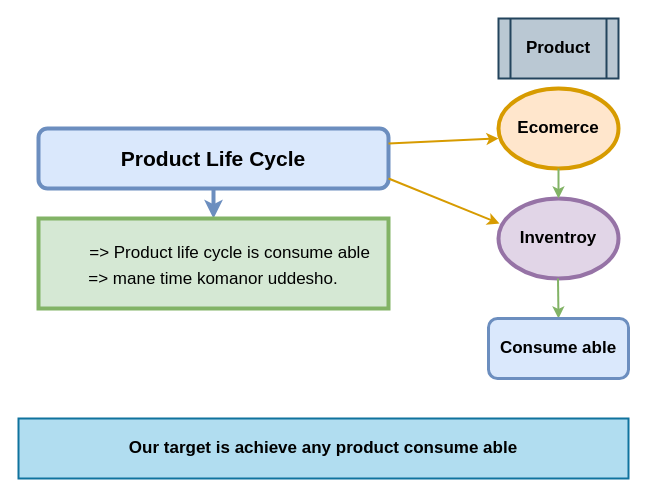
Above: page "Page-1" (1 of 2) of Untitled Diagram.drawio in MaidulSk/test_demo (draw.io), before the change. Source tidied: cells renumbered, new cells numbered last; positions are measured from the earlier drawing's top-left corner, leaving out a move shared by most shapes. Both pictures are drawn from the tidied source at 100%, with x=0, y=0 at pixel (18, 18).
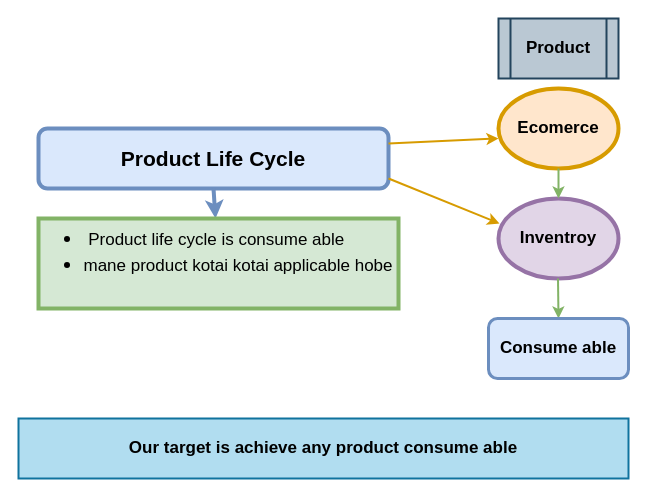
The same diagram, later.

Diff of the diagram source:
```diff
@@
 <mxGraphModel>
   <root>
     <mxCell id="0" />
     <mxCell id="1" parent="0" />
     <mxCell id="2" value="&lt;font style=&quot;font-size: 21px&quot;&gt;Product Life Cycle&lt;/font&gt;" style="rounded=1;whiteSpace=wrap;html=1;strokeWidth=4;fontStyle=1;fillColor=#dae8fc;strokeColor=#6c8ebf;" parent="1" vertex="1">
       <mxGeometry x="20" y="110" width="350" height="60" as="geometry" />
     </mxCell>
     <mxCell id="3" style="endArrow=classic;html=1;rounded=0;fontSize=21;exitX=0.5;exitY=1;exitDx=0;exitDy=0;strokeWidth=4;fillColor=#dae8fc;strokeColor=#6c8ebf;" parent="1" edge="1" source="2" target="4">
       <mxGeometry relative="1" as="geometry" />
     </mxCell>
-    <mxCell id="4" value="&lt;font style=&quot;font-size: 17px&quot;&gt;&amp;nbsp; &amp;nbsp; &amp;nbsp; &amp;nbsp;=&amp;gt; Product life cycle is consume able&lt;br&gt;=&amp;gt; mane time komanor uddesho.&lt;br&gt;&lt;/font&gt;" style="rounded=0;whiteSpace=wrap;html=1;fontSize=21;strokeWidth=4;fillColor=#d5e8d4;strokeColor=#82b366;" parent="1" vertex="1">
-      <mxGeometry x="20" y="200" width="350" height="90" as="geometry" />
+    <mxCell id="4" value="&lt;div style=&quot;text-align: left&quot;&gt;&lt;ul&gt;&lt;li&gt;&lt;span style=&quot;font-size: 17px&quot;&gt;&amp;nbsp;Product life cycle is consume able&lt;/span&gt;&lt;/li&gt;&lt;li&gt;&lt;span style=&quot;font-size: 17px&quot;&gt;mane product kotai kotai applicable hobe&lt;br&gt;&lt;/span&gt;&lt;/li&gt;&lt;/ul&gt;&lt;/div&gt;&lt;font style=&quot;font-size: 17px&quot;&gt;&lt;br&gt;&lt;/font&gt;" style="rounded=0;whiteSpace=wrap;html=1;fontSize=21;strokeWidth=4;fillColor=#d5e8d4;strokeColor=#82b366;" parent="1" vertex="1">
+      <mxGeometry x="20" y="200" width="360" height="90" as="geometry" />
     </mxCell>
     <mxCell id="5" value="&lt;b&gt;Ecomerce&lt;/b&gt;" style="ellipse;whiteSpace=wrap;html=1;fontSize=17;strokeWidth=4;fillColor=#ffe6cc;strokeColor=#d79b00;" parent="1" vertex="1">
       <mxGeometry x="480" y="70" width="120" height="80" as="geometry" />
     </mxCell>
     <mxCell id="6" style="endArrow=classic;html=1;rounded=0;fontSize=17;strokeWidth=2;fillColor=#ffe6cc;strokeColor=#d79b00;exitX=1;exitY=0.25;exitDx=0;exitDy=0;" parent="1" edge="1" source="2">
       <mxGeometry relative="1" as="geometry">
         <mxPoint x="480" y="120" as="targetPoint" />
       </mxGeometry>
     </mxCell>
     <mxCell id="7" style="endArrow=classic;html=1;rounded=0;fontSize=17;strokeWidth=2;fillColor=#ffe6cc;strokeColor=#d79b00;entryX=0.008;entryY=0.313;entryDx=0;entryDy=0;entryPerimeter=0;" parent="1" edge="1" target="8">
       <mxGeometry relative="1" as="geometry">
         <mxPoint x="370" y="160" as="sourcePoint" />
       </mxGeometry>
     </mxCell>
     <mxCell id="8" value="&lt;b&gt;Inventroy&lt;/b&gt;" style="ellipse;whiteSpace=wrap;html=1;fontSize=17;strokeWidth=4;fillColor=#e1d5e7;strokeColor=#9673a6;" parent="1" vertex="1">
       <mxGeometry x="480" y="180" width="120" height="80" as="geometry" />
     </mxCell>
     <mxCell id="9" style="endArrow=classic;html=1;rounded=0;fontSize=17;strokeWidth=2;exitX=0.5;exitY=1;exitDx=0;exitDy=0;entryX=0.5;entryY=0;entryDx=0;entryDy=0;fillColor=#d5e8d4;strokeColor=#82b366;" parent="1" edge="1" source="5" target="8">
       <mxGeometry relative="1" as="geometry" />
     </mxCell>
     <mxCell id="10" style="endArrow=classic;html=1;rounded=0;fontSize=17;strokeWidth=2;exitX=0.5;exitY=1;exitDx=0;exitDy=0;fillColor=#d5e8d4;strokeColor=#82b366;" parent="1" edge="1">
       <mxGeometry relative="1" as="geometry">
         <mxPoint x="539.5" y="260" as="sourcePoint" />
         <mxPoint x="540" y="300" as="targetPoint" />
       </mxGeometry>
     </mxCell>
     <mxCell id="11" value="&lt;b&gt;Consume able&lt;/b&gt;" style="rounded=1;whiteSpace=wrap;html=1;fontSize=17;strokeWidth=3;fillColor=#dae8fc;strokeColor=#6c8ebf;" parent="1" vertex="1">
       <mxGeometry x="470" y="300" width="140" height="60" as="geometry" />
     </mxCell>
     <mxCell id="12" value="&lt;b&gt;Product&lt;/b&gt;" style="shape=process;whiteSpace=wrap;html=1;backgroundOutline=1;fontSize=17;strokeWidth=2;fillColor=#bac8d3;strokeColor=#23445d;" parent="1" vertex="1">
       <mxGeometry x="480" width="120" height="60" as="geometry" />
     </mxCell>
     <mxCell id="13" value="&lt;b&gt;Our target is achieve any product consume able&lt;/b&gt;" style="rounded=0;whiteSpace=wrap;html=1;fontSize=17;strokeWidth=2;fillColor=#b1ddf0;strokeColor=#10739e;" parent="1" vertex="1">
       <mxGeometry y="400" width="610" height="60" as="geometry" />
     </mxCell>
   </root>
 </mxGraphModel>
```
